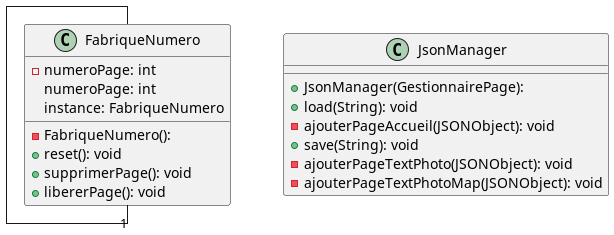
MMMatth/carnet-de-voyage keeps this PlantUML diagram as tp_preparatoire/diagramme/Outils-0.png. Above is the earlier version. Source of this version:
```plantuml
@startuml

top to bottom direction
skinparam linetype ortho


class FabriqueNumero {
  - FabriqueNumero():
  - numeroPage: int
  + reset(): void
  + supprimerPage(): void
  + libererPage(): void
   numeroPage: int
   instance: FabriqueNumero
}
FabriqueNumero -- "1" FabriqueNumero

class JsonManager {
  + JsonManager(GestionnairePage):
  + load(String): void
  - ajouterPageAccueil(JSONObject): void
  + save(String): void
  - ajouterPageTextPhoto(JSONObject): void
  - ajouterPageTextPhotoMap(JSONObject): void
}

@enduml
```
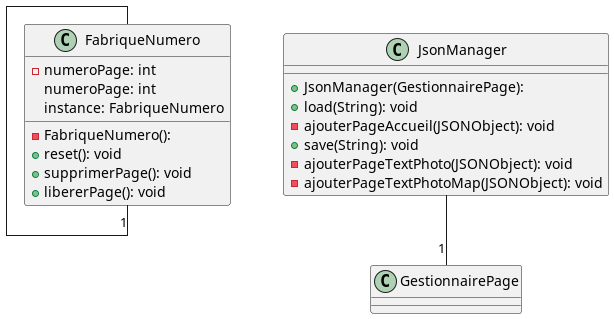
After the commit.

The edit, as a diff of the source:
```diff
@@ -23,5 +23,6 @@
   - ajouterPageTextPhoto(JSONObject): void
   - ajouterPageTextPhotoMap(JSONObject): void
 }
+JsonManager -- "1" GestionnairePage
 
 @enduml
```
